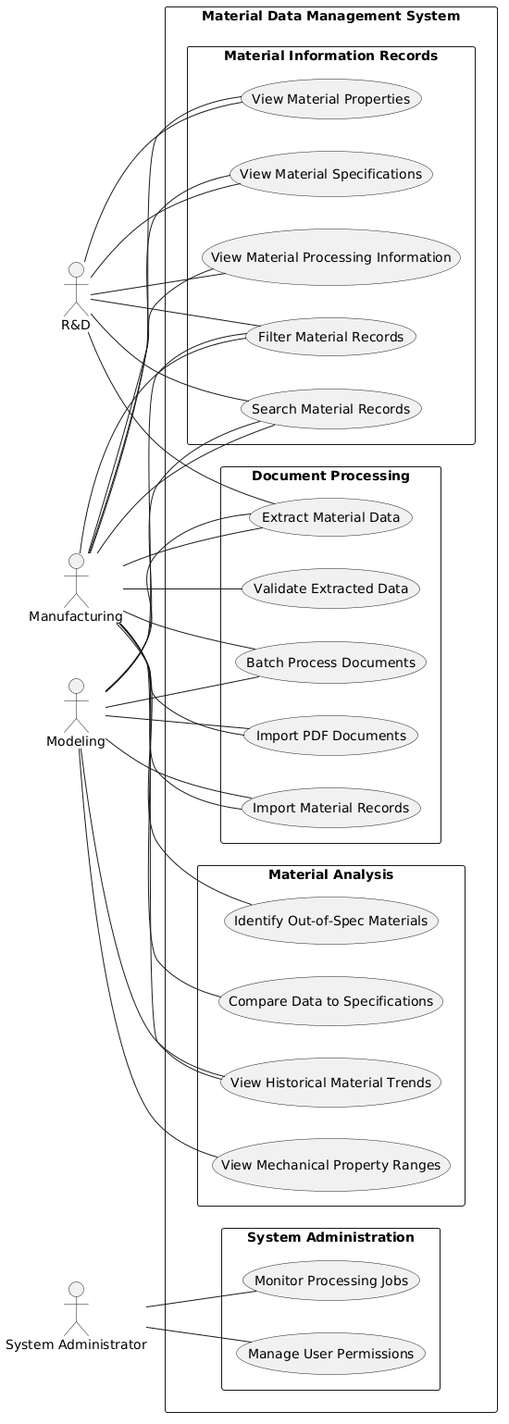
This is docs/design/use-case.png from CPSC490-Team-Proj/CPSC490-G07-MightyMorphin, a PlantUML export, as it was before one commit.
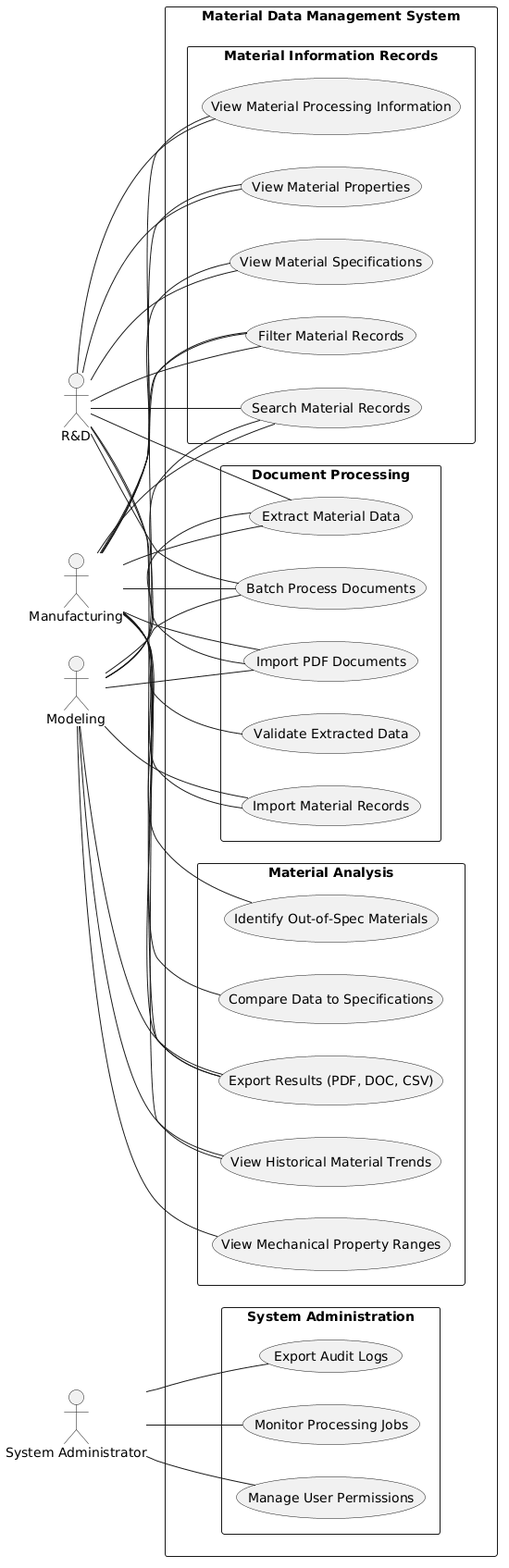
After the change.

The edit, as a diff of the source:
```diff
@@ -1,75 +1,77 @@
 @startuml
 left to right direction
+skinparam packageStyle rectangle
 
-skinparam packageStyle rectangle
-skinparam shadowing false
-skinparam actorStyle stickman
-
-actor "R&D" as rd
-actor "Manufacturing" as mfg
-actor "Modeling" as mdl
-actor "System Administrator" as sysad
+actor "R&D" as RD
+actor "Manufacturing" as MFG
+actor "Modeling" as MDL
+actor "System Administrator" as SYSAD
 
 rectangle "Material Data Management System" {
-  package "Document Processing" {
+  rectangle "Document Processing" {
     usecase "Import PDF Documents" as UC1
     usecase "Batch Process Documents" as UC2
     usecase "Extract Material Data" as UC3
     usecase "Validate Extracted Data" as UC4
     usecase "Import Material Records" as UC5
   }
-
-  package "Material Information Records" {
+  rectangle "Material Information Records" {
     usecase "Search Material Records" as UC6
     usecase "Filter Material Records" as UC7
     usecase "View Material Specifications" as UC8
     usecase "View Material Properties" as UC9
     usecase "View Material Processing Information" as UC10
   }
-
-  package "Material Analysis" {
+  rectangle "Material Analysis" {
     usecase "Compare Data to Specifications" as UC11
     usecase "View Historical Material Trends" as UC12
     usecase "Identify Out-of-Spec Materials" as UC13
     usecase "View Mechanical Property Ranges" as UC14
+    usecase "Export Results (PDF, DOC, CSV)" as UC17
   }
-
-  package "System Administration" {
+  rectangle "System Administration" {
     usecase "Manage User Permissions" as UC15
     usecase "Monitor Processing Jobs" as UC16
+    usecase "Export Audit Logs" as UC18
   }
 }
 
-rd -- UC3
-rd -- UC6
-rd -- UC7
-rd -- UC8
-rd -- UC9
-rd -- UC10
+RD -- UC1
+RD -- UC2
+RD -- UC3
+RD -- UC6
+RD -- UC7
+RD -- UC8
+RD -- UC9
+RD -- UC10
+RD -- UC17
 
-mfg -- UC1
-mfg -- UC2
-mfg -- UC3
-mfg -- UC4
-mfg -- UC5
-mfg -- UC6
-mfg -- UC7
-mfg -- UC8
-mfg -- UC9
-mfg -- UC10
-mfg -- UC11
-mfg -- UC12
-mfg -- UC13
+MFG -- UC1
+MFG -- UC2
+MFG -- UC3
+MFG -- UC4
+MFG -- UC5
+MFG -- UC6
+MFG -- UC7
+MFG -- UC8
+MFG -- UC9
+MFG -- UC10
+MFG -- UC11
+MFG -- UC12
+MFG -- UC13
+MFG -- UC17
 
-mdl -- UC1
-mdl -- UC2
-mdl -- UC3
-mdl -- UC5
-mdl -- UC6
-mdl -- UC7
-mdl -- UC12
-mdl -- UC14
+MDL -- UC1
+MDL -- UC2
+MDL -- UC3
+MDL -- UC5
+MDL -- UC6
+MDL -- UC7
+MDL -- UC12
+MDL -- UC14
+MDL -- UC17
 
-sysad -- UC15
-sysad -- UC16
+SYSAD -- UC15
+SYSAD -- UC16
+SYSAD -- UC18
 @enduml
```
